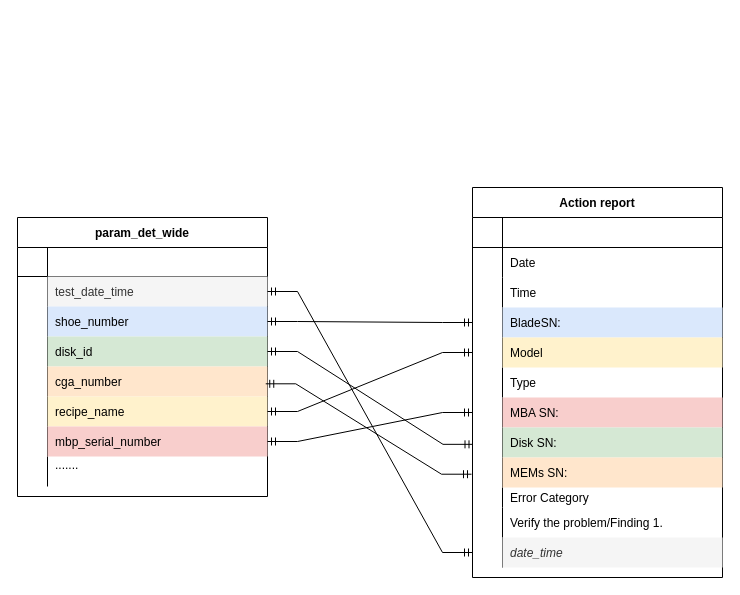
Above: Untitled Diagram.drawio in Panhavath/cv (draw.io), before the change. Source tidied: cells renumbered, new cells numbered last; positions are measured from the earlier drawing's top-left corner, leaving out a move shared by most shapes. Both pictures are drawn from the tidied source at 100%, with x=0, y=0 at pixel (17, 187).
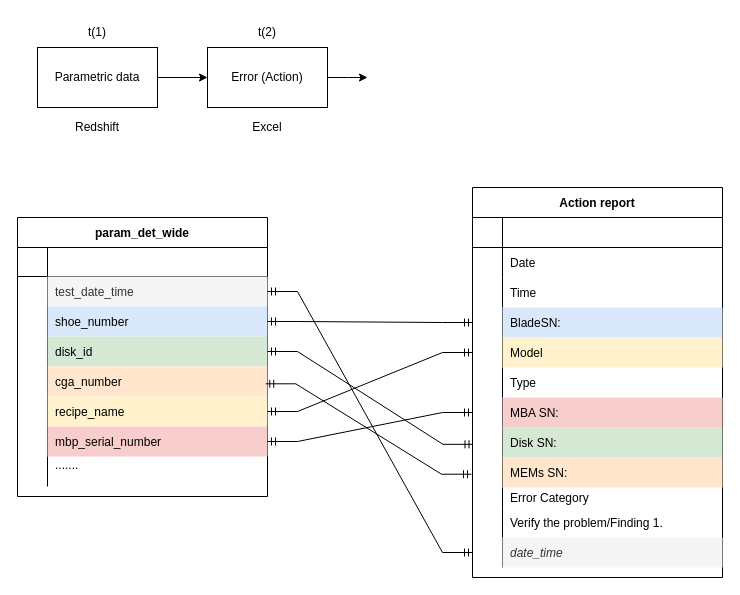
The same page after the edit.

The edit, as a diff of the source:
```diff
@@
+    <mxCell id="70" style="edgeStyle=orthogonalEdgeStyle;rounded=0;jettySize=auto;html=1;" parent="1" edge="1" source="71" target="76">
+      <mxGeometry relative="1" as="geometry" />
+    </mxCell>
+    <mxCell id="71" value="Parametric data" style="rounded=0;whiteSpace=wrap;html=1;" parent="1" vertex="1">
+      <mxGeometry x="20" y="-140" width="120" height="60" as="geometry" />
+    </mxCell>
+    <mxCell id="72" style="edgeStyle=orthogonalEdgeStyle;rounded=0;jettySize=auto;html=1;" parent="1" edge="1" source="76">
+      <mxGeometry relative="1" as="geometry">
+        <mxPoint x="350" y="-110" as="targetPoint" />
+      </mxGeometry>
+    </mxCell>
+    <mxCell id="73" value="t(1)" style="text;html=1;align=center;verticalAlign=middle;whiteSpace=wrap;rounded=0;" parent="1" vertex="1">
+      <mxGeometry x="50" y="-170" width="60" height="30" as="geometry" />
+    </mxCell>
+    <mxCell id="74" value="Redshift" style="text;html=1;align=center;verticalAlign=middle;whiteSpace=wrap;rounded=0;" parent="1" vertex="1">
+      <mxGeometry x="30" y="-70" width="100" height="20" as="geometry" />
+    </mxCell>
+    <mxCell id="75" style="group;" parent="1" vertex="1">
+      <mxGeometry x="190" y="-170" width="120" height="120" as="geometry" />
+    </mxCell>
+    <mxCell id="76" value="Error (Action)" style="rounded=0;whiteSpace=wrap;html=1;" parent="75" vertex="1">
+      <mxGeometry y="30" width="120" height="60" as="geometry" />
+    </mxCell>
+    <mxCell id="77" value="t(2)" style="text;html=1;align=center;verticalAlign=middle;whiteSpace=wrap;rounded=0;" parent="75" vertex="1">
+      <mxGeometry x="30" width="60" height="30" as="geometry" />
+    </mxCell>
+    <mxCell id="78" value="Excel" style="text;html=1;align=center;verticalAlign=middle;whiteSpace=wrap;rounded=0;" parent="75" vertex="1">
+      <mxGeometry x="10" y="100" width="100" height="20" as="geometry" />
+    </mxCell>
```
